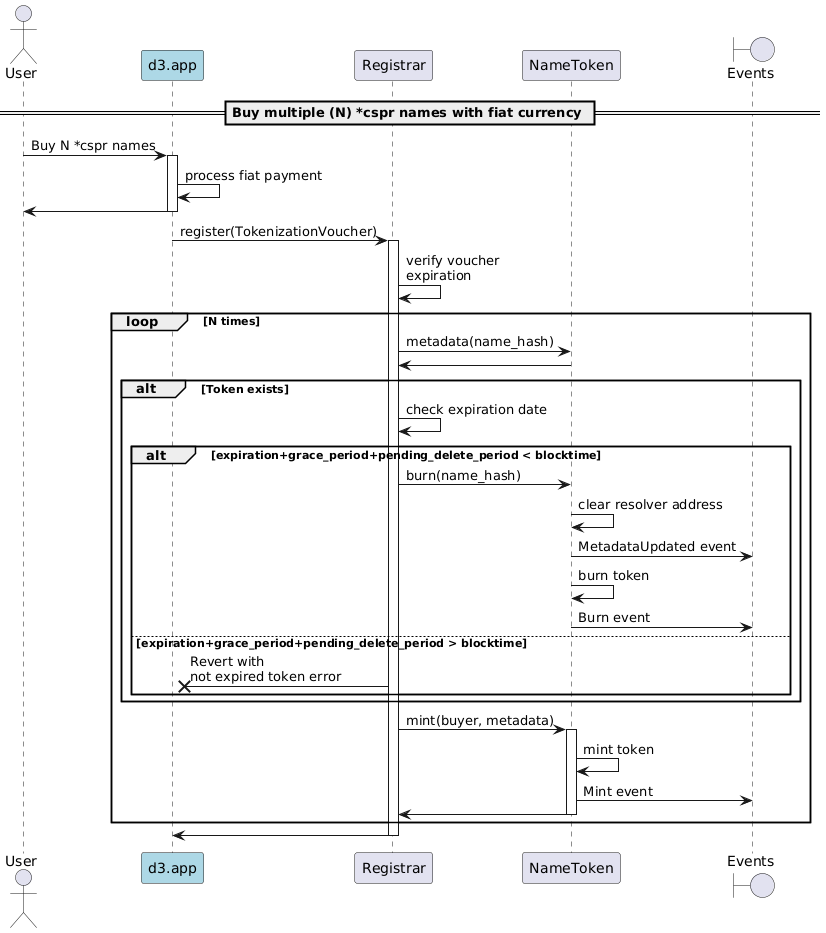
Before: docs/sequence-diagrams/puml/offchain-multiple-purchase.png, a diagram exported from PlantUML (make-software/cspr-name-contracts).
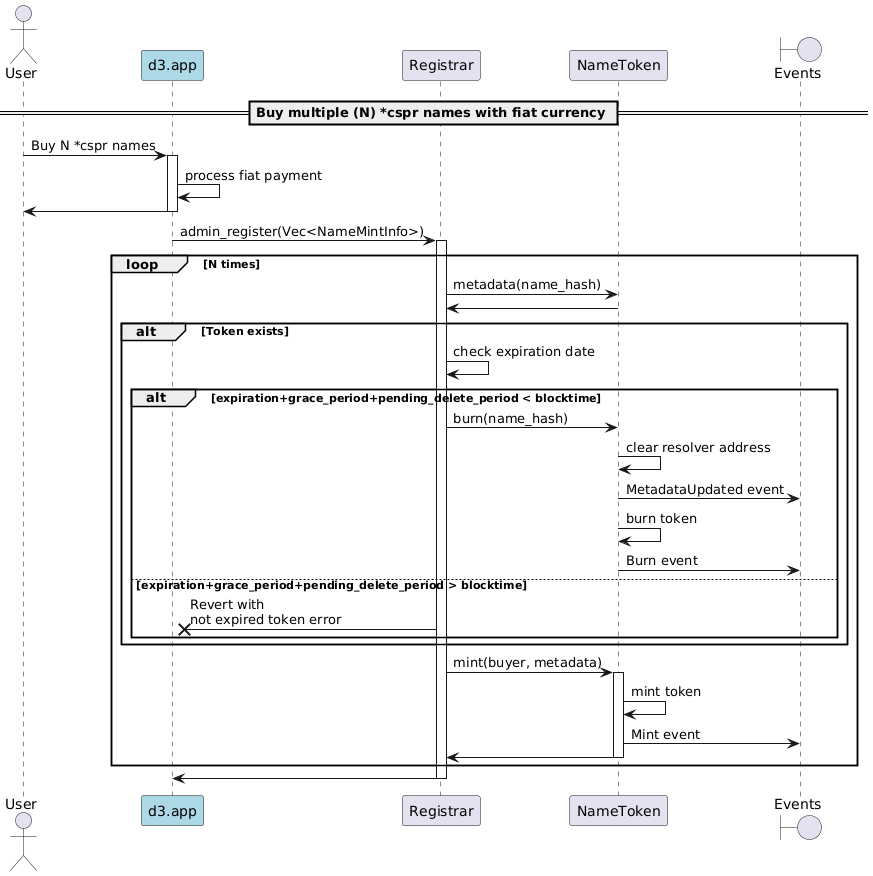
Later version of the same file.

The edit, as a diff of the source:
```diff
@@ -14,9 +14,8 @@
 d3 -> User
 deactivate d3
 
-d3 -> Registrar: register(TokenizationVoucher)
+d3 -> Registrar: admin_register(Vec<NameMintInfo>)
 activate Registrar
-Registrar -> Registrar: verify voucher\nexpiration
     loop N times
     Registrar -> NameToken: metadata(name_hash)
     NameToken -> Registrar
```
